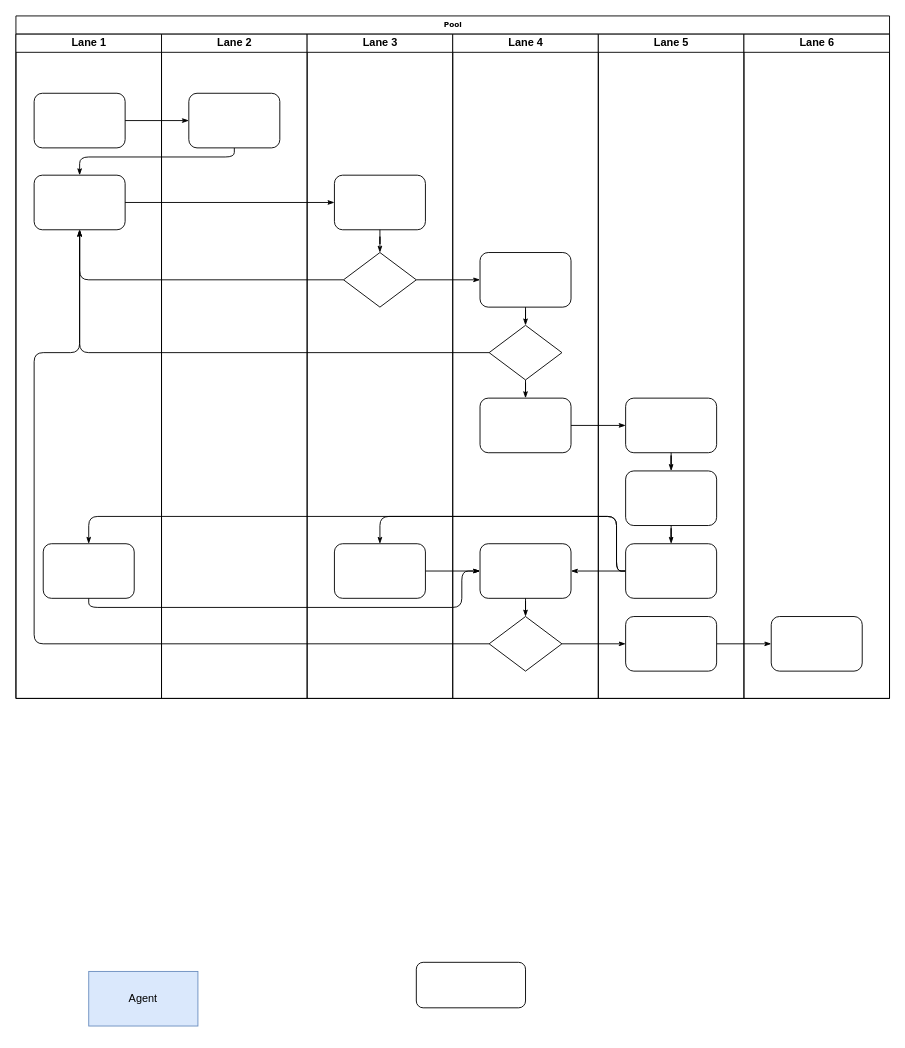
The draw.io diagram Untitled Diagram.drawio in Eli-ZhangLu/tools, before the edit. Source tidied: cells renumbered, new cells numbered last; positions are measured from the earlier drawing's top-left corner, leaving out a move shared by most shapes. Both pictures are drawn from the tidied source at 91%, with x=0, y=0 at pixel (15, 15).
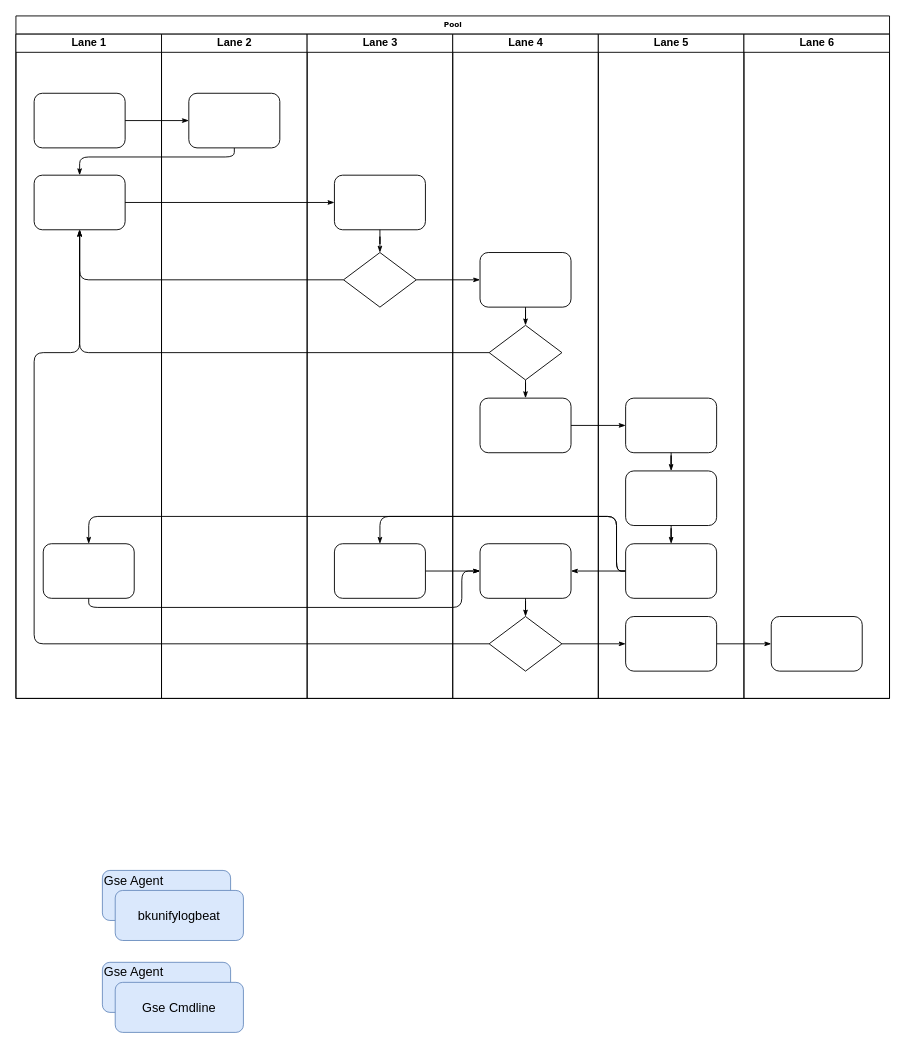
Above is the later version.

What changed in the source:
```diff
@@
-    <mxCell id="47" value="Agent" style="rounded=0;whiteSpace=wrap;html=1;fillColor=#dae8fc;strokeColor=#6c8ebf;" parent="1" vertex="1">
-      <mxGeometry x="80" y="1050" width="120" height="60" as="geometry" />
-    </mxCell>
-    <mxCell id="48" style="rounded=1;whiteSpace=wrap;html=1;" parent="1" vertex="1">
-      <mxGeometry x="440" y="1040" width="120" height="50" as="geometry" />
-    </mxCell>
+    <mxCell id="49" style="group;" parent="1" vertex="1">
+      <mxGeometry x="95" y="939" width="155" height="77" as="geometry" />
+    </mxCell>
+    <mxCell id="50" value="&lt;font style=&quot;font-size: 14px&quot;&gt;Gse Agent&lt;br&gt;&lt;br&gt;&lt;br&gt;&lt;/font&gt;" style="rounded=1;whiteSpace=wrap;html=1;fontSize=14;fillColor=#dae8fc;strokeColor=#6c8ebf;align=left;" parent="49" vertex="1">
+      <mxGeometry width="140.9" height="55" as="geometry" />
+    </mxCell>
+    <mxCell id="51" value="&lt;font style=&quot;font-size: 14px&quot;&gt;bkunifylogbeat&lt;/font&gt;" style="rounded=1;whiteSpace=wrap;html=1;fontSize=14;fillColor=#dae8fc;strokeColor=#6c8ebf;align=center;" parent="49" vertex="1">
+      <mxGeometry x="14.1" y="22" width="140.9" height="55" as="geometry" />
+    </mxCell>
+    <mxCell id="52" style="group;" parent="1" vertex="1">
+      <mxGeometry x="95" y="1040" width="155" height="77" as="geometry" />
+    </mxCell>
+    <mxCell id="53" value="&lt;font style=&quot;font-size: 14px&quot;&gt;Gse Agent&lt;br&gt;&lt;br&gt;&lt;br&gt;&lt;/font&gt;" style="rounded=1;whiteSpace=wrap;html=1;fontSize=14;fillColor=#dae8fc;strokeColor=#6c8ebf;align=left;" parent="52" vertex="1">
+      <mxGeometry width="140.9" height="55" as="geometry" />
+    </mxCell>
+    <mxCell id="54" value="&lt;font style=&quot;font-size: 14px&quot;&gt;Gse Cmdline&lt;/font&gt;" style="rounded=1;whiteSpace=wrap;html=1;fontSize=14;fillColor=#dae8fc;strokeColor=#6c8ebf;align=center;" parent="52" vertex="1">
+      <mxGeometry x="14.1" y="22" width="140.9" height="55" as="geometry" />
+    </mxCell>
```
